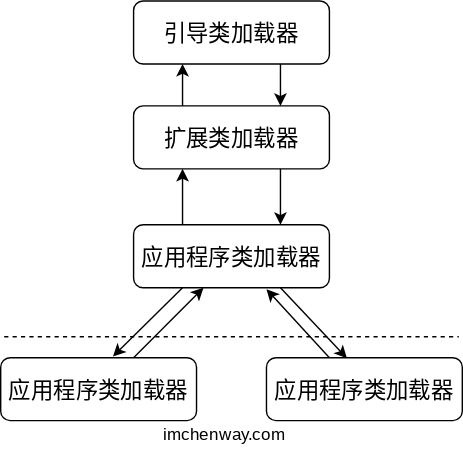
Earlier version of the draw.io export private/双亲委派模型.drawio.svg (imchenway/imchenway.github.io). Source tidied: cells renumbered, new cells last; positions are measured from the earlier drawing's top-left corner, leaving out a move shared by most shapes.
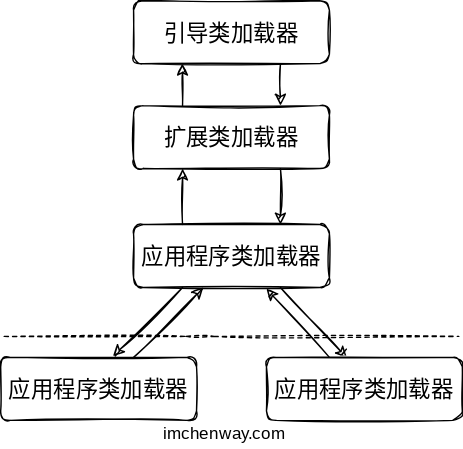
After the commit.

Commit message:
Back up my imchenway.com blog

What changed in the source:
```diff
@@ -2,34 +2,34 @@
   <root>
     <mxCell id="0" />
     <mxCell id="1" parent="0" />
-    <mxCell id="2" style="edgeStyle=orthogonalEdgeStyle;rounded=0;jettySize=auto;html=1;exitX=0.75;exitY=1;exitDx=0;exitDy=0;entryX=0.75;entryY=0;entryDx=0;entryDy=0;" parent="1" edge="1" source="3" target="6">
+    <mxCell id="2" style="edgeStyle=orthogonalEdgeStyle;rounded=0;jettySize=auto;html=1;exitX=0.75;exitY=1;exitDx=0;exitDy=0;entryX=0.75;entryY=0;entryDx=0;entryDy=0;sketch=1;" parent="1" edge="1" source="3" target="6">
       <mxGeometry relative="1" as="geometry" />
     </mxCell>
-    <mxCell id="3" value="&lt;span&gt;&lt;font face=&quot;ZCOOL KuaiLe&quot; style=&quot;font-size: 16px&quot;&gt;引导类加载器&lt;/font&gt;&lt;/span&gt;" style="rounded=1;whiteSpace=wrap;html=1;" parent="1" vertex="1">
+    <mxCell id="3" value="&lt;span&gt;&lt;font face=&quot;ZCOOL KuaiLe&quot; style=&quot;font-size: 16px&quot;&gt;引导类加载器&lt;/font&gt;&lt;/span&gt;" style="rounded=1;whiteSpace=wrap;html=1;sketch=1;" parent="1" vertex="1">
       <mxGeometry x="95" width="140" height="45" as="geometry" />
     </mxCell>
-    <mxCell id="4" style="edgeStyle=orthogonalEdgeStyle;rounded=0;jettySize=auto;html=1;exitX=0.75;exitY=1;exitDx=0;exitDy=0;entryX=0.75;entryY=0;entryDx=0;entryDy=0;" parent="1" edge="1" source="6" target="10">
+    <mxCell id="4" style="edgeStyle=orthogonalEdgeStyle;rounded=0;jettySize=auto;html=1;exitX=0.75;exitY=1;exitDx=0;exitDy=0;entryX=0.75;entryY=0;entryDx=0;entryDy=0;sketch=1;" parent="1" edge="1" source="6" target="10">
       <mxGeometry relative="1" as="geometry" />
     </mxCell>
-    <mxCell id="5" style="edgeStyle=orthogonalEdgeStyle;rounded=0;jettySize=auto;html=1;exitX=0.25;exitY=0;exitDx=0;exitDy=0;entryX=0.25;entryY=1;entryDx=0;entryDy=0;" parent="1" edge="1" source="6" target="3">
+    <mxCell id="5" style="edgeStyle=orthogonalEdgeStyle;rounded=0;jettySize=auto;html=1;exitX=0.25;exitY=0;exitDx=0;exitDy=0;entryX=0.25;entryY=1;entryDx=0;entryDy=0;sketch=1;" parent="1" edge="1" source="6" target="3">
       <mxGeometry relative="1" as="geometry" />
     </mxCell>
-    <mxCell id="6" value="&lt;font face=&quot;ZCOOL KuaiLe&quot;&gt;&lt;span style=&quot;font-size: 16px&quot;&gt;扩展类加载器&lt;/span&gt;&lt;/font&gt;" style="rounded=1;whiteSpace=wrap;html=1;" parent="1" vertex="1">
+    <mxCell id="6" value="&lt;font face=&quot;ZCOOL KuaiLe&quot;&gt;&lt;span style=&quot;font-size: 16px&quot;&gt;扩展类加载器&lt;/span&gt;&lt;/font&gt;" style="rounded=1;whiteSpace=wrap;html=1;sketch=1;" parent="1" vertex="1">
       <mxGeometry x="95" y="75" width="140" height="45" as="geometry" />
     </mxCell>
-    <mxCell id="7" style="edgeStyle=orthogonalEdgeStyle;rounded=0;jettySize=auto;html=1;exitX=0.25;exitY=0;exitDx=0;exitDy=0;entryX=0.25;entryY=1;entryDx=0;entryDy=0;" parent="1" edge="1" source="10" target="6">
+    <mxCell id="7" style="edgeStyle=orthogonalEdgeStyle;rounded=0;jettySize=auto;html=1;exitX=0.25;exitY=0;exitDx=0;exitDy=0;entryX=0.25;entryY=1;entryDx=0;entryDy=0;sketch=1;" parent="1" edge="1" source="10" target="6">
       <mxGeometry relative="1" as="geometry" />
     </mxCell>
-    <mxCell id="8" style="rounded=0;jettySize=auto;html=1;exitX=0.25;exitY=1;exitDx=0;exitDy=0;entryX=0.573;entryY=-0.018;entryDx=0;entryDy=0;entryPerimeter=0;" parent="1" edge="1" source="10" target="14">
+    <mxCell id="8" style="rounded=0;jettySize=auto;html=1;exitX=0.25;exitY=1;exitDx=0;exitDy=0;entryX=0.573;entryY=-0.018;entryDx=0;entryDy=0;entryPerimeter=0;sketch=1;" parent="1" edge="1" source="10" target="14">
       <mxGeometry relative="1" as="geometry" />
     </mxCell>
-    <mxCell id="9" style="edgeStyle=none;rounded=0;jettySize=auto;html=1;exitX=0.75;exitY=1;exitDx=0;exitDy=0;entryX=0.411;entryY=0.009;entryDx=0;entryDy=0;entryPerimeter=0;" parent="1" edge="1" source="10" target="13">
+    <mxCell id="9" style="edgeStyle=none;rounded=0;jettySize=auto;html=1;exitX=0.75;exitY=1;exitDx=0;exitDy=0;entryX=0.411;entryY=0.009;entryDx=0;entryDy=0;entryPerimeter=0;sketch=1;" parent="1" edge="1" source="10" target="13">
       <mxGeometry relative="1" as="geometry" />
     </mxCell>
-    <mxCell id="10" value="&lt;span&gt;&lt;font face=&quot;ZCOOL KuaiLe&quot; style=&quot;font-size: 16px&quot;&gt;应用程序类加载器&lt;/font&gt;&lt;/span&gt;" style="rounded=1;whiteSpace=wrap;html=1;" parent="1" vertex="1">
+    <mxCell id="10" value="&lt;span&gt;&lt;font face=&quot;ZCOOL KuaiLe&quot; style=&quot;font-size: 16px&quot;&gt;应用程序类加载器&lt;/font&gt;&lt;/span&gt;" style="rounded=1;whiteSpace=wrap;html=1;sketch=1;" parent="1" vertex="1">
       <mxGeometry x="95" y="160" width="140" height="45" as="geometry" />
     </mxCell>
-    <mxCell id="11" style="endArrow=none;dashed=1;html=1;" parent="1" edge="1">
+    <mxCell id="11" style="endArrow=none;dashed=1;html=1;sketch=1;" parent="1" edge="1">
       <mxGeometry relative="1" as="geometry">
         <mxPoint x="2.5" y="240" as="sourcePoint" />
         <mxPoint x="327.5" y="240" as="targetPoint" />
@@ -38,25 +38,25 @@
         </Array>
       </mxGeometry>
     </mxCell>
-    <mxCell id="12" style="endArrow=classic;html=1;" parent="1" edge="1">
+    <mxCell id="12" style="endArrow=classic;html=1;sketch=1;" parent="1" edge="1">
       <mxGeometry relative="1" as="geometry">
         <mxPoint x="95" y="255" as="sourcePoint" />
         <mxPoint x="145" y="205" as="targetPoint" />
       </mxGeometry>
     </mxCell>
-    <mxCell id="13" value="&lt;span&gt;&lt;font face=&quot;ZCOOL KuaiLe&quot; style=&quot;font-size: 16px&quot;&gt;应用程序类加载器&lt;/font&gt;&lt;/span&gt;" style="rounded=1;whiteSpace=wrap;html=1;" parent="1" vertex="1">
+    <mxCell id="13" value="&lt;span&gt;&lt;font face=&quot;ZCOOL KuaiLe&quot; style=&quot;font-size: 16px&quot;&gt;应用程序类加载器&lt;/font&gt;&lt;/span&gt;" style="rounded=1;whiteSpace=wrap;html=1;sketch=1;" parent="1" vertex="1">
       <mxGeometry x="190" y="255" width="140" height="45" as="geometry" />
     </mxCell>
-    <mxCell id="14" value="&lt;span&gt;&lt;font face=&quot;ZCOOL KuaiLe&quot; style=&quot;font-size: 16px&quot;&gt;应用程序类加载器&lt;/font&gt;&lt;/span&gt;" style="rounded=1;whiteSpace=wrap;html=1;" parent="1" vertex="1">
+    <mxCell id="14" value="&lt;span&gt;&lt;font face=&quot;ZCOOL KuaiLe&quot; style=&quot;font-size: 16px&quot;&gt;应用程序类加载器&lt;/font&gt;&lt;/span&gt;" style="rounded=1;whiteSpace=wrap;html=1;sketch=1;" parent="1" vertex="1">
       <mxGeometry y="255" width="140" height="45" as="geometry" />
     </mxCell>
-    <mxCell id="15" style="endArrow=classic;html=1;" parent="1" edge="1">
+    <mxCell id="15" style="endArrow=classic;html=1;sketch=1;" parent="1" edge="1">
       <mxGeometry relative="1" as="geometry">
         <mxPoint x="235" y="255" as="sourcePoint" />
         <mxPoint x="190" y="206" as="targetPoint" />
       </mxGeometry>
     </mxCell>
-    <mxCell id="16" value="&lt;font face=&quot;ZCOOL KuaiLe&quot;&gt;imchenway.com&lt;/font&gt;" style="text;html=1;strokeColor=none;fillColor=none;align=center;verticalAlign=middle;whiteSpace=wrap;rounded=0;" parent="1" vertex="1">
+    <mxCell id="16" value="&lt;font face=&quot;ZCOOL KuaiLe&quot;&gt;imchenway.com&lt;/font&gt;" style="text;html=1;strokeColor=none;fillColor=none;align=center;verticalAlign=middle;whiteSpace=wrap;rounded=0;sketch=1;" parent="1" vertex="1">
       <mxGeometry x="140" y="300" width="40" height="20" as="geometry" />
     </mxCell>
   </root>
```
